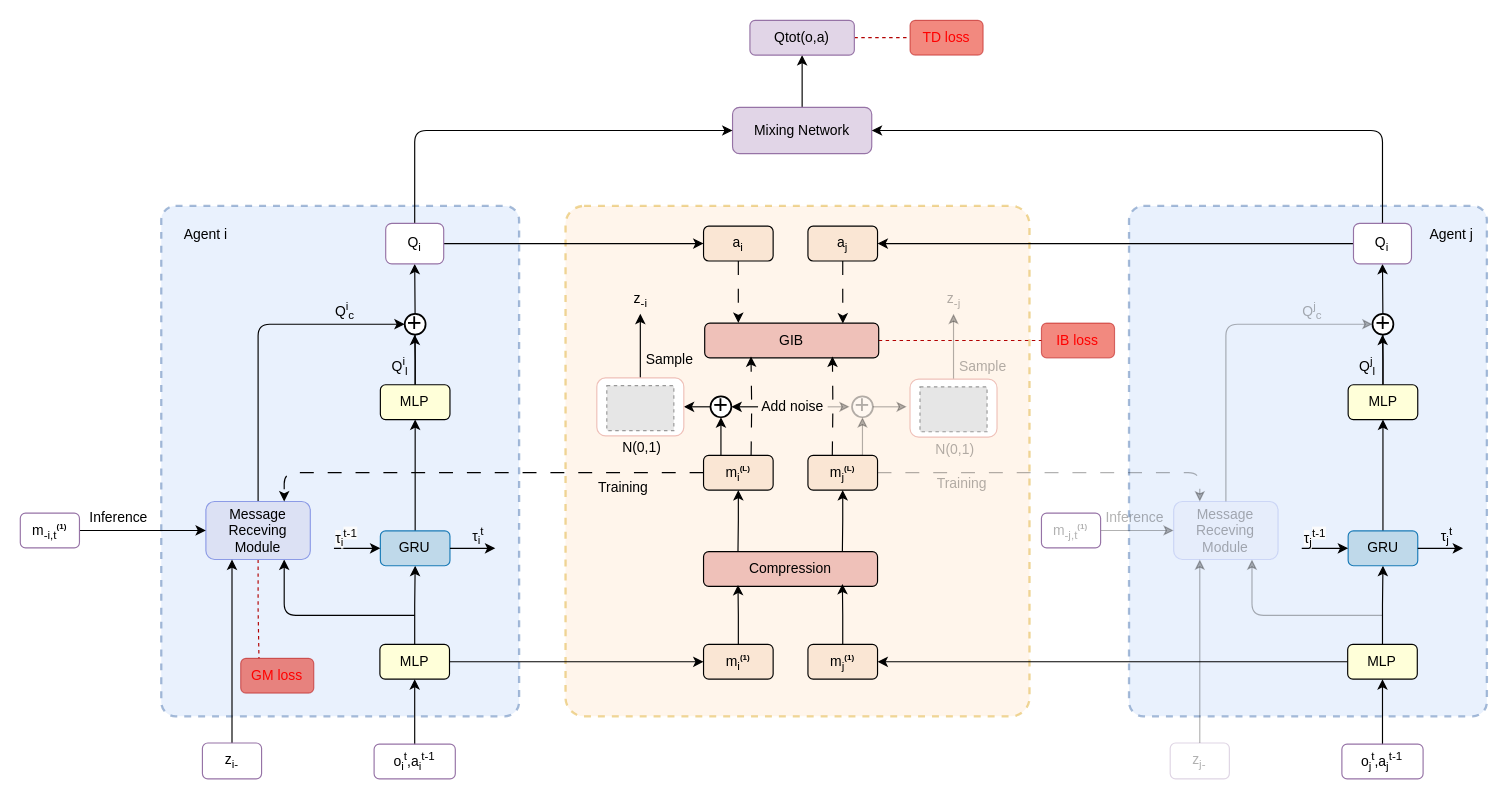
Above: network2.drawio in fan-zine/drawio (draw.io), before the change. Source tidied: cells renumbered, new cells numbered last; positions are measured from the earlier drawing's top-left corner, leaving out a move shared by most shapes. Both pictures are drawn from the tidied source at 116%, with x=0, y=0 at pixel (20, 20). Pictures stored in the file or linked from it are replaced by grey dashed boxes.
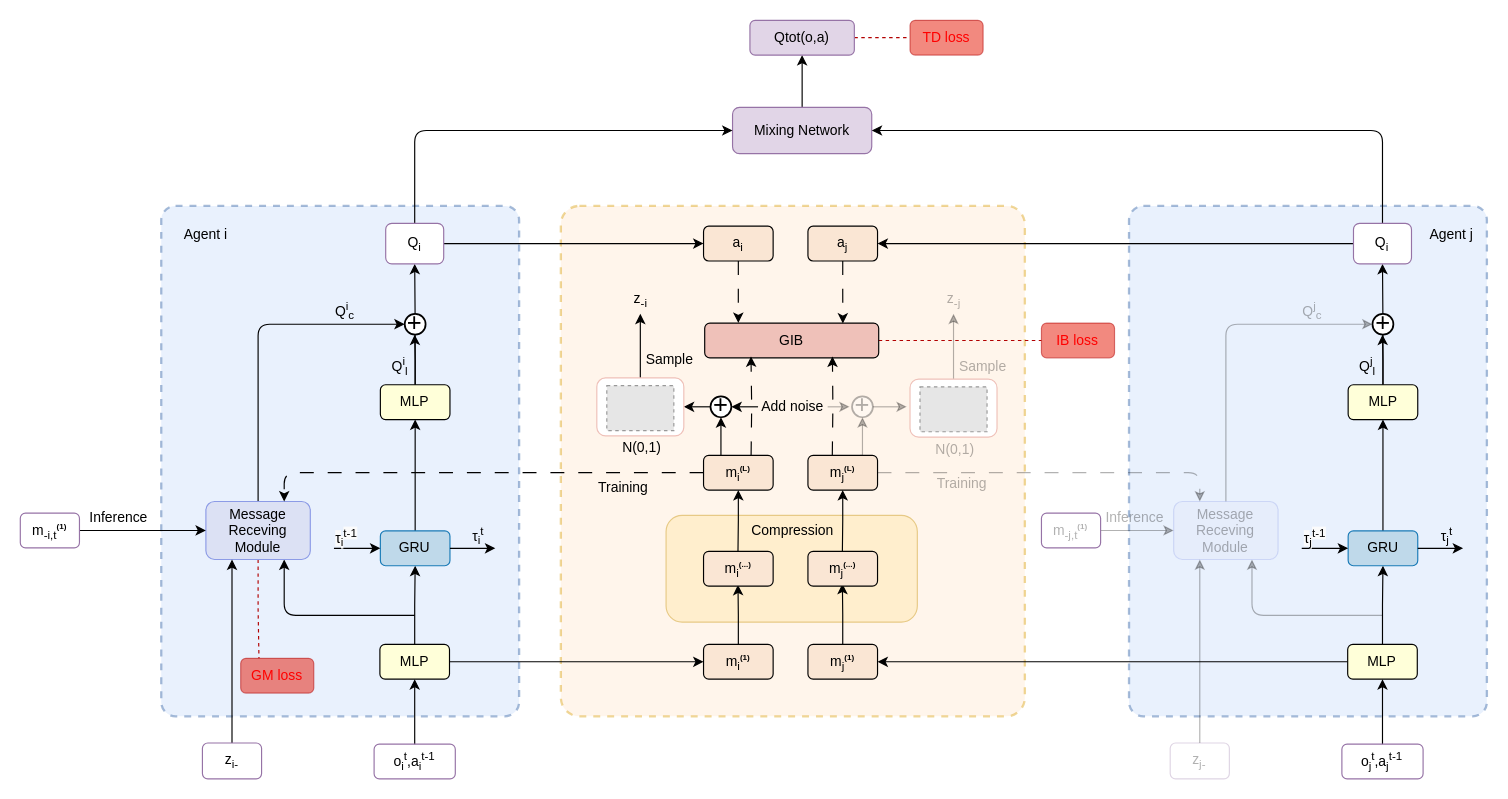
Above is the later version.

The change refers to these unchanged cells:
```xml
<mxCell id="38" value="m&lt;sub&gt;i&lt;/sub&gt;&lt;sup&gt;&lt;font style=&quot;font-size: 7px;&quot;&gt;&lt;b&gt;(1)&lt;/b&gt;&lt;/font&gt;&lt;/sup&gt;" style="rounded=1;whiteSpace=wrap;html=1;fillColor=#fae6d4;" parent="1" vertex="1">
  <mxGeometry x="589" y="538" width="60" height="30" as="geometry" />
</mxCell>
<mxCell id="39" value="m&lt;sub&gt;j&lt;/sub&gt;&lt;sup&gt;&lt;font style=&quot;font-size: 7px;&quot;&gt;&lt;b&gt;(1)&lt;/b&gt;&lt;/font&gt;&lt;/sup&gt;" style="rounded=1;whiteSpace=wrap;html=1;fillColor=#fae6d4;" parent="1" vertex="1">
  <mxGeometry x="679" y="538" width="60" height="30" as="geometry" />
</mxCell>
<mxCell id="45" value="m&lt;sub&gt;i&lt;/sub&gt;&lt;sup&gt;&lt;font style=&quot;font-size: 7px;&quot;&gt;&lt;b&gt;(L)&lt;/b&gt;&lt;/font&gt;&lt;/sup&gt;" style="rounded=1;whiteSpace=wrap;html=1;fillColor=#fae6d4;" parent="1" vertex="1">
  <mxGeometry x="589" y="375" width="60" height="30" as="geometry" />
</mxCell>
<mxCell id="47" value="m&lt;sub&gt;j&lt;/sub&gt;&lt;sup&gt;&lt;font style=&quot;font-size: 7px;&quot;&gt;&lt;b&gt;(L)&lt;/b&gt;&lt;/font&gt;&lt;/sup&gt;" style="rounded=1;whiteSpace=wrap;html=1;fillColor=#fae6d4;" parent="1" vertex="1">
  <mxGeometry x="679" y="375" width="60" height="30" as="geometry" />
</mxCell>
```

Change to the diagram source:
```diff
@@
+    <mxCell id="113" style="rounded=1;whiteSpace=wrap;html=1;fillColor=#fff2cc;strokeColor=#d6b656;" parent="1" vertex="1">
+      <mxGeometry x="556.7" y="426.8" width="216.6" height="92" as="geometry" />
+    </mxCell>
     <mxCell id="2" style="rounded=1;whiteSpace=wrap;html=1;align=center;verticalAlign=middle;fontFamily=Helvetica;fontSize=12;shadow=0;glass=0;arcSize=4;dashed=1;strokeWidth=2;strokeColor=#d79b00;fillColor=#ffe6cc;opacity=40;" parent="1" vertex="1">
-      <mxGeometry x="470" y="160" width="400" height="440" as="geometry" />
+      <mxGeometry x="466" y="160" width="400" height="440" as="geometry" />
     </mxCell>
@@
-    <mxCell id="40" value="Compression" style="rounded=1;whiteSpace=wrap;html=1;fillColor=#efc1b9;" parent="1" vertex="1">
-      <mxGeometry x="589" y="458" width="150" height="30" as="geometry" />
-    </mxCell>
-    <mxCell id="41" style="edgeStyle=orthogonalEdgeStyle;rounded=0;jettySize=auto;html=1;exitX=0.5;exitY=0;exitDx=0;exitDy=0;entryX=0.198;entryY=0.958;entryDx=0;entryDy=0;entryPerimeter=0;fontFamily=Helvetica;fontSize=12;fontColor=default;" parent="1" edge="1" source="38" target="40">
-      <mxGeometry relative="1" as="geometry" />
+    <mxCell id="41" style="edgeStyle=orthogonalEdgeStyle;rounded=0;jettySize=auto;html=1;exitX=0.5;exitY=0;exitDx=0;exitDy=0;entryX=0.198;entryY=0.958;entryDx=0;entryDy=0;entryPerimeter=0;fontFamily=Helvetica;fontSize=12;fontColor=default;" parent="1" edge="1" source="38">
+      <mxGeometry relative="1" as="geometry">
+        <mxPoint x="618.7" y="486.7" as="targetPoint" />
+      </mxGeometry>
     </mxCell>
-    <mxCell id="42" style="edgeStyle=orthogonalEdgeStyle;rounded=0;jettySize=auto;html=1;exitX=0.5;exitY=0;exitDx=0;exitDy=0;entryX=0.798;entryY=0.928;entryDx=0;entryDy=0;entryPerimeter=0;fontFamily=Helvetica;fontSize=12;fontColor=default;" parent="1" edge="1" source="39" target="40">
-      <mxGeometry relative="1" as="geometry" />
+    <mxCell id="42" style="edgeStyle=orthogonalEdgeStyle;rounded=0;jettySize=auto;html=1;exitX=0.5;exitY=0;exitDx=0;exitDy=0;entryX=0.798;entryY=0.928;entryDx=0;entryDy=0;entryPerimeter=0;fontFamily=Helvetica;fontSize=12;fontColor=default;" parent="1" edge="1" source="39">
+      <mxGeometry relative="1" as="geometry">
+        <mxPoint x="708.7" y="485.8" as="targetPoint" />
+      </mxGeometry>
     </mxCell>
@@
-    <mxCell id="48" style="edgeStyle=orthogonalEdgeStyle;rounded=0;jettySize=auto;html=1;exitX=0.5;exitY=1;exitDx=0;exitDy=0;fontFamily=Helvetica;fontSize=12;fontColor=default;startArrow=classic;startFill=1;endArrow=none;endFill=0;entryX=0.198;entryY=-0.011;entryDx=0;entryDy=0;entryPerimeter=0;" parent="1" edge="1" source="45" target="40">
-      <mxGeometry relative="1" as="geometry" />
+    <mxCell id="48" style="edgeStyle=orthogonalEdgeStyle;rounded=0;jettySize=auto;html=1;exitX=0.5;exitY=1;exitDx=0;exitDy=0;fontFamily=Helvetica;fontSize=12;fontColor=default;startArrow=classic;startFill=1;endArrow=none;endFill=0;entryX=0.198;entryY=-0.011;entryDx=0;entryDy=0;entryPerimeter=0;" parent="1" edge="1" source="45">
+      <mxGeometry relative="1" as="geometry">
+        <mxPoint x="618.7" y="457.7" as="targetPoint" />
+      </mxGeometry>
     </mxCell>
-    <mxCell id="49" style="edgeStyle=orthogonalEdgeStyle;rounded=0;jettySize=auto;html=1;exitX=0.5;exitY=1;exitDx=0;exitDy=0;entryX=0.798;entryY=-0.011;entryDx=0;entryDy=0;entryPerimeter=0;fontFamily=Helvetica;fontSize=12;fontColor=default;startArrow=classic;startFill=1;endArrow=none;endFill=0;" parent="1" edge="1" source="47" target="40">
-      <mxGeometry relative="1" as="geometry" />
+    <mxCell id="49" style="edgeStyle=orthogonalEdgeStyle;rounded=0;jettySize=auto;html=1;exitX=0.5;exitY=1;exitDx=0;exitDy=0;entryX=0.798;entryY=-0.011;entryDx=0;entryDy=0;entryPerimeter=0;fontFamily=Helvetica;fontSize=12;fontColor=default;startArrow=classic;startFill=1;endArrow=none;endFill=0;" parent="1" edge="1" source="47">
+      <mxGeometry relative="1" as="geometry">
+        <mxPoint x="708.7" y="457.7" as="targetPoint" />
+      </mxGeometry>
     </mxCell>
@@
+    <mxCell id="114" value="m&lt;sub&gt;i&lt;/sub&gt;&lt;sup&gt;&lt;font style=&quot;font-size: 7px;&quot;&gt;&lt;b&gt;(...)&lt;/b&gt;&lt;/font&gt;&lt;/sup&gt;" style="rounded=1;whiteSpace=wrap;html=1;fillColor=#fae6d4;" parent="1" vertex="1">
+      <mxGeometry x="589" y="457.8" width="60" height="30" as="geometry" />
+    </mxCell>
+    <mxCell id="115" value="m&lt;sub&gt;j&lt;/sub&gt;&lt;sup&gt;&lt;font style=&quot;font-size: 7px;&quot;&gt;&lt;b&gt;(...)&lt;/b&gt;&lt;/font&gt;&lt;/sup&gt;" style="rounded=1;whiteSpace=wrap;html=1;fillColor=#fae6d4;" parent="1" vertex="1">
+      <mxGeometry x="679" y="457.8" width="60" height="30" as="geometry" />
+    </mxCell>
+    <mxCell id="40" value="Compression" style="text;html=1;align=center;verticalAlign=middle;whiteSpace=wrap;rounded=0;" parent="1" vertex="1">
+      <mxGeometry x="636" y="424.8" width="60" height="30" as="geometry" />
+    </mxCell>
```
